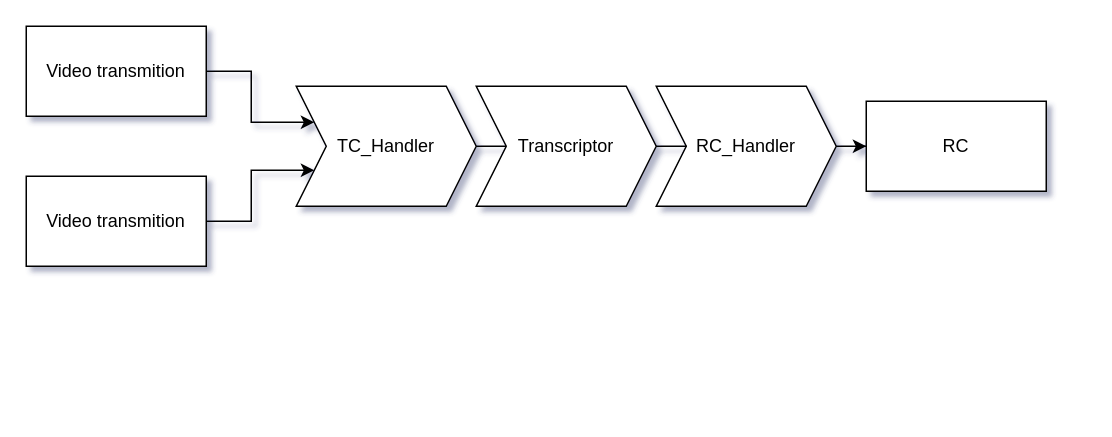
Earlier version of the draw.io diagram Docs/Book/Charts/flowcharts/server-flowchart.drawio (Ophirky/ACE). Source tidied: cells renumbered, new cells numbered last; positions are measured from the earlier drawing's top-left corner, leaving out a move shared by most shapes. Both pictures are drawn from the tidied source at 150%, with x=0, y=0 at pixel (26, 26).
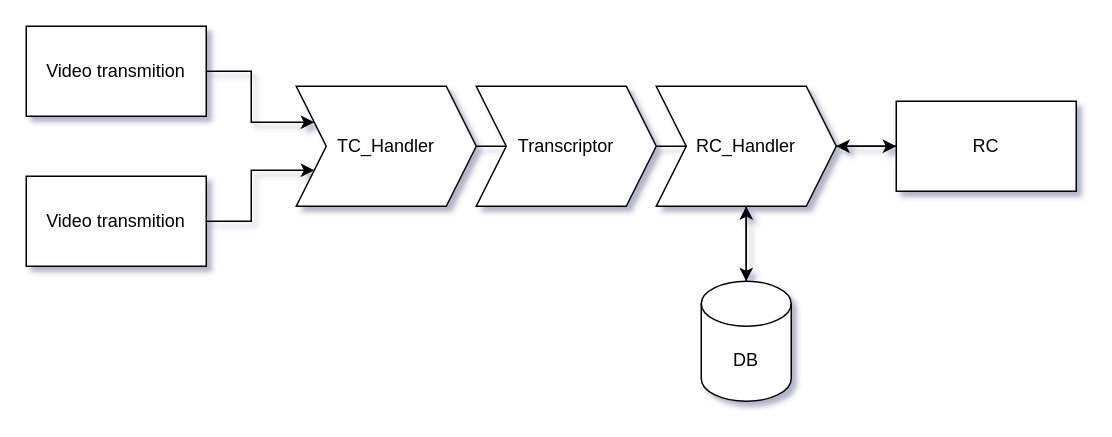
The same diagram, later.

Change to the diagram source:
```diff
@@
 <mxGraphModel shadow="1">
   <root>
     <mxCell id="0" />
     <mxCell id="1" parent="0" />
     <mxCell id="2" style="edgeStyle=orthogonalEdgeStyle;rounded=0;jettySize=auto;html=1;entryX=0;entryY=0.25;entryDx=0;entryDy=0;" parent="1" edge="1" source="3" target="6">
       <mxGeometry relative="1" as="geometry" />
     </mxCell>
     <mxCell id="3" value="Video transmition" style="rounded=0;whiteSpace=wrap;html=1;" parent="1" vertex="1">
       <mxGeometry width="120" height="60" as="geometry" />
     </mxCell>
     <mxCell id="4" style="edgeStyle=orthogonalEdgeStyle;rounded=0;jettySize=auto;html=1;entryX=0;entryY=0.75;entryDx=0;entryDy=0;" parent="1" edge="1" source="5" target="6">
       <mxGeometry relative="1" as="geometry" />
     </mxCell>
     <mxCell id="5" value="Video transmition" style="rounded=0;whiteSpace=wrap;html=1;" parent="1" vertex="1">
       <mxGeometry y="100" width="120" height="60" as="geometry" />
     </mxCell>
     <mxCell id="6" value="TC_Handler" style="shape=step;perimeter=stepPerimeter;whiteSpace=wrap;html=1;fixedSize=1;" parent="1" vertex="1">
       <mxGeometry x="180" y="40" width="120" height="80" as="geometry" />
     </mxCell>
     <mxCell id="7" style="edgeStyle=orthogonalEdgeStyle;rounded=0;jettySize=auto;html=1;" parent="1" edge="1" source="8" target="9">
       <mxGeometry relative="1" as="geometry" />
     </mxCell>
+    <mxCell id="12" style="edgeStyle=orthogonalEdgeStyle;rounded=0;jettySize=auto;html=1;" parent="1" edge="1" source="8" target="15">
+      <mxGeometry relative="1" as="geometry" />
+    </mxCell>
     <mxCell id="8" value="RC_Handler" style="shape=step;perimeter=stepPerimeter;whiteSpace=wrap;html=1;fixedSize=1;" parent="1" vertex="1">
       <mxGeometry x="420" y="40" width="120" height="80" as="geometry" />
     </mxCell>
+    <mxCell id="13" style="edgeStyle=orthogonalEdgeStyle;rounded=0;jettySize=auto;html=1;exitX=0;exitY=0.5;exitDx=0;exitDy=0;" parent="1" edge="1" source="9">
+      <mxGeometry relative="1" as="geometry">
+        <mxPoint x="540" y="80" as="targetPoint" />
+      </mxGeometry>
+    </mxCell>
     <mxCell id="9" value="RC" style="rounded=0;whiteSpace=wrap;html=1;" parent="1" vertex="1">
-      <mxGeometry x="560" y="50" width="120" height="60" as="geometry" />
+      <mxGeometry x="580" y="50" width="120" height="60" as="geometry" />
     </mxCell>
     <mxCell id="10" style="endArrow=none;html=1;exitX=1;exitY=0.5;exitDx=0;exitDy=0;entryX=0.169;entryY=0.5;entryDx=0;entryDy=0;entryPerimeter=0;" parent="1" edge="1" source="6" target="8">
       <mxGeometry relative="1" as="geometry" />
     </mxCell>
     <mxCell id="11" value="Transcriptor" style="shape=step;perimeter=stepPerimeter;whiteSpace=wrap;html=1;fixedSize=1;" parent="1" vertex="1">
       <mxGeometry x="300" y="40" width="120" height="80" as="geometry" />
     </mxCell>
+    <mxCell id="14" style="edgeStyle=orthogonalEdgeStyle;rounded=0;jettySize=auto;html=1;" parent="1" edge="1" source="15">
+      <mxGeometry relative="1" as="geometry">
+        <mxPoint x="480" y="120" as="targetPoint" />
+      </mxGeometry>
+    </mxCell>
+    <mxCell id="15" value="DB" style="shape=cylinder3;whiteSpace=wrap;html=1;boundedLbl=1;backgroundOutline=1;size=15;" parent="1" vertex="1">
+      <mxGeometry x="450" y="170" width="60" height="80" as="geometry" />
+    </mxCell>
   </root>
 </mxGraphModel>
```
